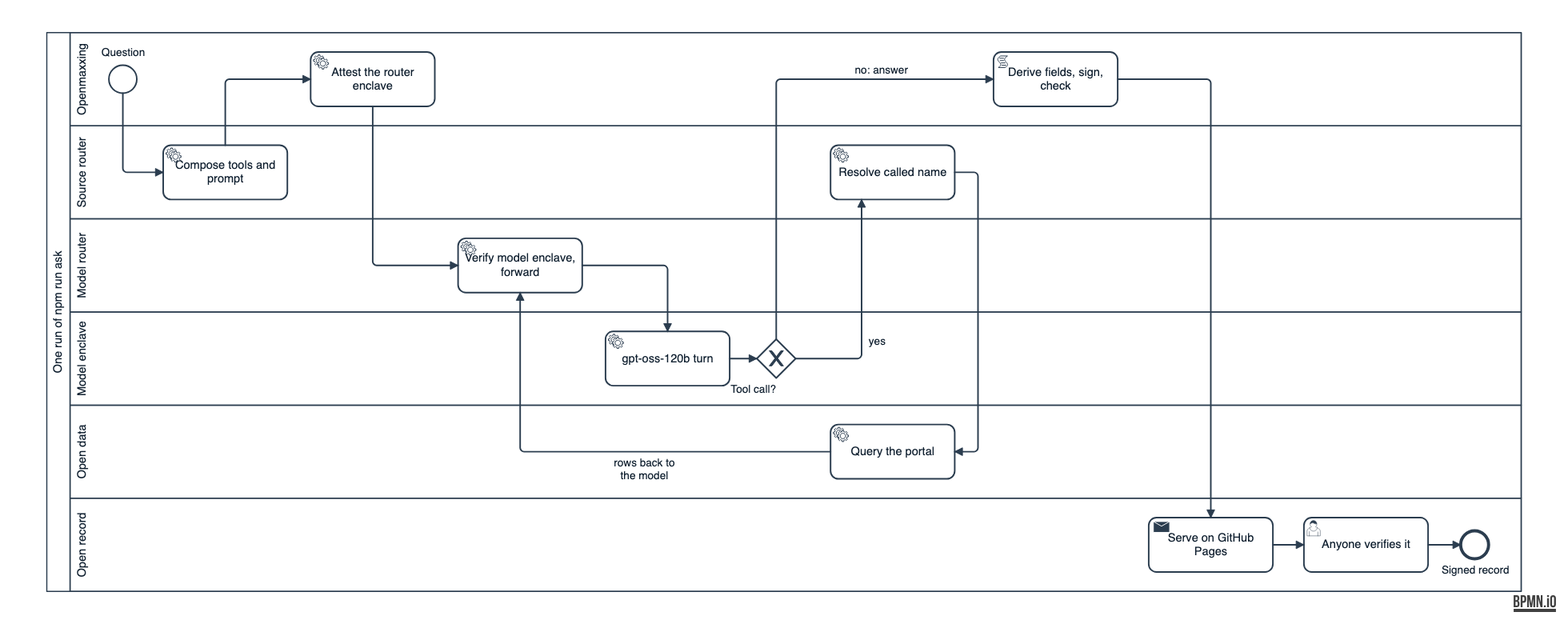
Above: docs/dataflow.png in npstorey/openmaxxing (BPMN), before the change. Its source is kept beside it as docs/dataflow.bpmn. Ids are renumbered. Source of this version:
```xml
<!-- The dataflow of one run of npm run ask, as BPMN 2.0. One pool, one lane per open layer that acts in the run. -->
<bpmn:definitions xmlns:bpmn="http://www.omg.org/spec/BPMN/20100524/MODEL"
                  xmlns:bpmndi="http://www.omg.org/spec/BPMN/20100524/DI"
                  xmlns:dc="http://www.omg.org/spec/DD/20100524/DC"
                  xmlns:di="http://www.omg.org/spec/DD/20100524/DI"
                  id="openmaxxing-dataflow"
                  targetNamespace="https://github.com/npstorey/openmaxxing">
  <bpmn:collaboration id="collaboration">
    <bpmn:participant id="pool" name="One run of npm run ask" processRef="run" />
  </bpmn:collaboration>
  <bpmn:process id="run" isExecutable="false">
    <bpmn:laneSet id="lanes">
      <bpmn:lane id="lane_app" name="Openmaxxing">
        <bpmn:flowNodeRef>start_question</bpmn:flowNodeRef>
        <bpmn:flowNodeRef>task_attest</bpmn:flowNodeRef>
        <bpmn:flowNodeRef>task_record</bpmn:flowNodeRef>
      </bpmn:lane>
      <bpmn:lane id="lane_source_router" name="Source router">
        <bpmn:flowNodeRef>task_compose</bpmn:flowNodeRef>
        <bpmn:flowNodeRef>task_resolve</bpmn:flowNodeRef>
      </bpmn:lane>
      <bpmn:lane id="lane_model_router" name="Model router">
        <bpmn:flowNodeRef>task_forward</bpmn:flowNodeRef>
      </bpmn:lane>
      <bpmn:lane id="lane_model" name="Model enclave">
        <bpmn:flowNodeRef>task_model</bpmn:flowNodeRef>
        <bpmn:flowNodeRef>gw_tool</bpmn:flowNodeRef>
      </bpmn:lane>
      <bpmn:lane id="lane_data" name="Open data">
        <bpmn:flowNodeRef>task_query</bpmn:flowNodeRef>
      </bpmn:lane>
      <bpmn:lane id="lane_record" name="Open record">
        <bpmn:flowNodeRef>task_publish</bpmn:flowNodeRef>
        <bpmn:flowNodeRef>task_verify</bpmn:flowNodeRef>
        <bpmn:flowNodeRef>end_record</bpmn:flowNodeRef>
      </bpmn:lane>
    </bpmn:laneSet>
    <bpmn:startEvent id="start_question" name="Question">
      <bpmn:outgoing>f1</bpmn:outgoing>
    </bpmn:startEvent>
    <bpmn:serviceTask id="task_compose" name="Compose tools and prompt">
      <bpmn:incoming>f1</bpmn:incoming>
      <bpmn:outgoing>f2</bpmn:outgoing>
    </bpmn:serviceTask>
    <bpmn:serviceTask id="task_attest" name="Attest the router enclave">
      <bpmn:incoming>f2</bpmn:incoming>
      <bpmn:outgoing>f3</bpmn:outgoing>
    </bpmn:serviceTask>
    <bpmn:serviceTask id="task_forward" name="Verify model enclave, forward">
      <bpmn:incoming>f3</bpmn:incoming>
      <bpmn:incoming>f8</bpmn:incoming>
      <bpmn:outgoing>f4</bpmn:outgoing>
    </bpmn:serviceTask>
    <bpmn:serviceTask id="task_model" name="gpt-oss-120b turn">
      <bpmn:incoming>f4</bpmn:incoming>
      <bpmn:outgoing>f5</bpmn:outgoing>
    </bpmn:serviceTask>
    <bpmn:exclusiveGateway id="gw_tool" name="Tool call?">
      <bpmn:incoming>f5</bpmn:incoming>
      <bpmn:outgoing>f6</bpmn:outgoing>
      <bpmn:outgoing>f9</bpmn:outgoing>
    </bpmn:exclusiveGateway>
    <bpmn:serviceTask id="task_resolve" name="Resolve called name">
      <bpmn:incoming>f6</bpmn:incoming>
      <bpmn:outgoing>f7</bpmn:outgoing>
    </bpmn:serviceTask>
    <bpmn:serviceTask id="task_query" name="Query the portal">
      <bpmn:incoming>f7</bpmn:incoming>
      <bpmn:outgoing>f8</bpmn:outgoing>
    </bpmn:serviceTask>
    <bpmn:scriptTask id="task_record" name="Derive fields, sign, check">
      <bpmn:incoming>f9</bpmn:incoming>
      <bpmn:outgoing>f10</bpmn:outgoing>
    </bpmn:scriptTask>
    <bpmn:sendTask id="task_publish" name="Serve on GitHub Pages">
      <bpmn:incoming>f10</bpmn:incoming>
      <bpmn:outgoing>f11</bpmn:outgoing>
    </bpmn:sendTask>
    <bpmn:userTask id="task_verify" name="Anyone verifies it">
      <bpmn:incoming>f11</bpmn:incoming>
      <bpmn:outgoing>f12</bpmn:outgoing>
    </bpmn:userTask>
    <bpmn:endEvent id="end_record" name="Signed record">
      <bpmn:incoming>f12</bpmn:incoming>
    </bpmn:endEvent>
    <bpmn:sequenceFlow id="f1" sourceRef="start_question" targetRef="task_compose" />
    <bpmn:sequenceFlow id="f2" sourceRef="task_compose" targetRef="task_attest" />
    <bpmn:sequenceFlow id="f3" sourceRef="task_attest" targetRef="task_forward" />
    <bpmn:sequenceFlow id="f4" sourceRef="task_forward" targetRef="task_model" />
    <bpmn:sequenceFlow id="f5" sourceRef="task_model" targetRef="gw_tool" />
    <bpmn:sequenceFlow id="f6" name="yes" sourceRef="gw_tool" targetRef="task_resolve" />
    <bpmn:sequenceFlow id="f7" sourceRef="task_resolve" targetRef="task_query" />
    <bpmn:sequenceFlow id="f8" name="rows back to the model" sourceRef="task_query" targetRef="task_forward" />
    <bpmn:sequenceFlow id="f9" name="no: answer" sourceRef="gw_tool" targetRef="task_record" />
    <bpmn:sequenceFlow id="f10" sourceRef="task_record" targetRef="task_publish" />
    <bpmn:sequenceFlow id="f11" sourceRef="task_publish" targetRef="task_verify" />
    <bpmn:sequenceFlow id="f12" sourceRef="task_verify" targetRef="end_record" />
  </bpmn:process>
  <bpmndi:BPMNDiagram id="diagram">
    <bpmndi:BPMNPlane id="plane" bpmnElement="collaboration">
      <bpmndi:BPMNShape id="pool_di" bpmnElement="pool" isHorizontal="true">
        <dc:Bounds x="0" y="0" width="1900" height="720" />
      </bpmndi:BPMNShape>
      <bpmndi:BPMNShape id="lane_app_di" bpmnElement="lane_app" isHorizontal="true">
        <dc:Bounds x="30" y="0" width="1870" height="120" />
      </bpmndi:BPMNShape>
      <bpmndi:BPMNShape id="lane_source_router_di" bpmnElement="lane_source_router" isHorizontal="true">
        <dc:Bounds x="30" y="120" width="1870" height="120" />
      </bpmndi:BPMNShape>
      <bpmndi:BPMNShape id="lane_model_router_di" bpmnElement="lane_model_router" isHorizontal="true">
        <dc:Bounds x="30" y="240" width="1870" height="120" />
      </bpmndi:BPMNShape>
      <bpmndi:BPMNShape id="lane_model_di" bpmnElement="lane_model" isHorizontal="true">
        <dc:Bounds x="30" y="360" width="1870" height="120" />
      </bpmndi:BPMNShape>
      <bpmndi:BPMNShape id="lane_data_di" bpmnElement="lane_data" isHorizontal="true">
        <dc:Bounds x="30" y="480" width="1870" height="120" />
      </bpmndi:BPMNShape>
      <bpmndi:BPMNShape id="lane_record_di" bpmnElement="lane_record" isHorizontal="true">
        <dc:Bounds x="30" y="600" width="1870" height="120" />
      </bpmndi:BPMNShape>
      <bpmndi:BPMNShape id="start_question_di" bpmnElement="start_question">
        <dc:Bounds x="80" y="42" width="36" height="36" />
        <bpmndi:BPMNLabel><dc:Bounds x="70" y="18" width="56" height="14" /></bpmndi:BPMNLabel>
      </bpmndi:BPMNShape>
      <bpmndi:BPMNShape id="task_compose_di" bpmnElement="task_compose">
        <dc:Bounds x="150" y="145" width="160" height="70" />
      </bpmndi:BPMNShape>
      <bpmndi:BPMNShape id="task_attest_di" bpmnElement="task_attest">
        <dc:Bounds x="340" y="25" width="160" height="70" />
      </bpmndi:BPMNShape>
      <bpmndi:BPMNShape id="task_forward_di" bpmnElement="task_forward">
        <dc:Bounds x="530" y="265" width="160" height="70" />
      </bpmndi:BPMNShape>
      <bpmndi:BPMNShape id="task_model_di" bpmnElement="task_model">
        <dc:Bounds x="720" y="385" width="160" height="70" />
      </bpmndi:BPMNShape>
      <bpmndi:BPMNShape id="gw_tool_di" bpmnElement="gw_tool" isMarkerVisible="true">
        <dc:Bounds x="915" y="395" width="50" height="50" />
        <bpmndi:BPMNLabel><dc:Bounds x="880" y="452" width="60" height="14" /></bpmndi:BPMNLabel>
      </bpmndi:BPMNShape>
      <bpmndi:BPMNShape id="task_resolve_di" bpmnElement="task_resolve">
        <dc:Bounds x="1010" y="145" width="160" height="70" />
      </bpmndi:BPMNShape>
      <bpmndi:BPMNShape id="task_query_di" bpmnElement="task_query">
        <dc:Bounds x="1010" y="505" width="160" height="70" />
      </bpmndi:BPMNShape>
      <bpmndi:BPMNShape id="task_record_di" bpmnElement="task_record">
        <dc:Bounds x="1220" y="25" width="160" height="70" />
      </bpmndi:BPMNShape>
      <bpmndi:BPMNShape id="task_publish_di" bpmnElement="task_publish">
        <dc:Bounds x="1420" y="625" width="160" height="70" />
      </bpmndi:BPMNShape>
      <bpmndi:BPMNShape id="task_verify_di" bpmnElement="task_verify">
        <dc:Bounds x="1620" y="625" width="160" height="70" />
      </bpmndi:BPMNShape>
      <bpmndi:BPMNShape id="end_record_di" bpmnElement="end_record">
        <dc:Bounds x="1822" y="642" width="36" height="36" />
        <bpmndi:BPMNLabel><dc:Bounds x="1806" y="685" width="70" height="14" /></bpmndi:BPMNLabel>
      </bpmndi:BPMNShape>
      <bpmndi:BPMNEdge id="f1_di" bpmnElement="f1">
        <di:waypoint x="98" y="78" /><di:waypoint x="98" y="180" /><di:waypoint x="150" y="180" />
      </bpmndi:BPMNEdge>
      <bpmndi:BPMNEdge id="f2_di" bpmnElement="f2">
        <di:waypoint x="230" y="145" /><di:waypoint x="230" y="60" /><di:waypoint x="340" y="60" />
      </bpmndi:BPMNEdge>
      <bpmndi:BPMNEdge id="f3_di" bpmnElement="f3">
        <di:waypoint x="420" y="95" /><di:waypoint x="420" y="300" /><di:waypoint x="530" y="300" />
      </bpmndi:BPMNEdge>
      <bpmndi:BPMNEdge id="f4_di" bpmnElement="f4">
        <di:waypoint x="690" y="300" /><di:waypoint x="800" y="300" /><di:waypoint x="800" y="385" />
      </bpmndi:BPMNEdge>
      <bpmndi:BPMNEdge id="f5_di" bpmnElement="f5">
        <di:waypoint x="880" y="420" /><di:waypoint x="915" y="420" />
      </bpmndi:BPMNEdge>
      <bpmndi:BPMNEdge id="f6_di" bpmnElement="f6">
        <di:waypoint x="965" y="420" /><di:waypoint x="1050" y="420" /><di:waypoint x="1050" y="215" />
        <bpmndi:BPMNLabel><dc:Bounds x="1058" y="390" width="24" height="14" /></bpmndi:BPMNLabel>
      </bpmndi:BPMNEdge>
      <bpmndi:BPMNEdge id="f7_di" bpmnElement="f7">
        <di:waypoint x="1170" y="180" /><di:waypoint x="1200" y="180" /><di:waypoint x="1200" y="540" /><di:waypoint x="1170" y="540" />
      </bpmndi:BPMNEdge>
      <bpmndi:BPMNEdge id="f8_di" bpmnElement="f8">
        <di:waypoint x="1010" y="540" /><di:waypoint x="610" y="540" /><di:waypoint x="610" y="335" />
        <bpmndi:BPMNLabel><dc:Bounds x="700" y="546" width="140" height="14" /></bpmndi:BPMNLabel>
      </bpmndi:BPMNEdge>
      <bpmndi:BPMNEdge id="f9_di" bpmnElement="f9">
        <di:waypoint x="940" y="395" /><di:waypoint x="940" y="60" /><di:waypoint x="1220" y="60" />
        <bpmndi:BPMNLabel><dc:Bounds x="1040" y="40" width="70" height="14" /></bpmndi:BPMNLabel>
      </bpmndi:BPMNEdge>
      <bpmndi:BPMNEdge id="f10_di" bpmnElement="f10">
        <di:waypoint x="1380" y="60" /><di:waypoint x="1500" y="60" /><di:waypoint x="1500" y="625" />
      </bpmndi:BPMNEdge>
      <bpmndi:BPMNEdge id="f11_di" bpmnElement="f11">
        <di:waypoint x="1580" y="660" /><di:waypoint x="1620" y="660" />
      </bpmndi:BPMNEdge>
      <bpmndi:BPMNEdge id="f12_di" bpmnElement="f12">
        <di:waypoint x="1780" y="660" /><di:waypoint x="1822" y="660" />
      </bpmndi:BPMNEdge>
    </bpmndi:BPMNPlane>
  </bpmndi:BPMNDiagram>
</bpmn:definitions>
```
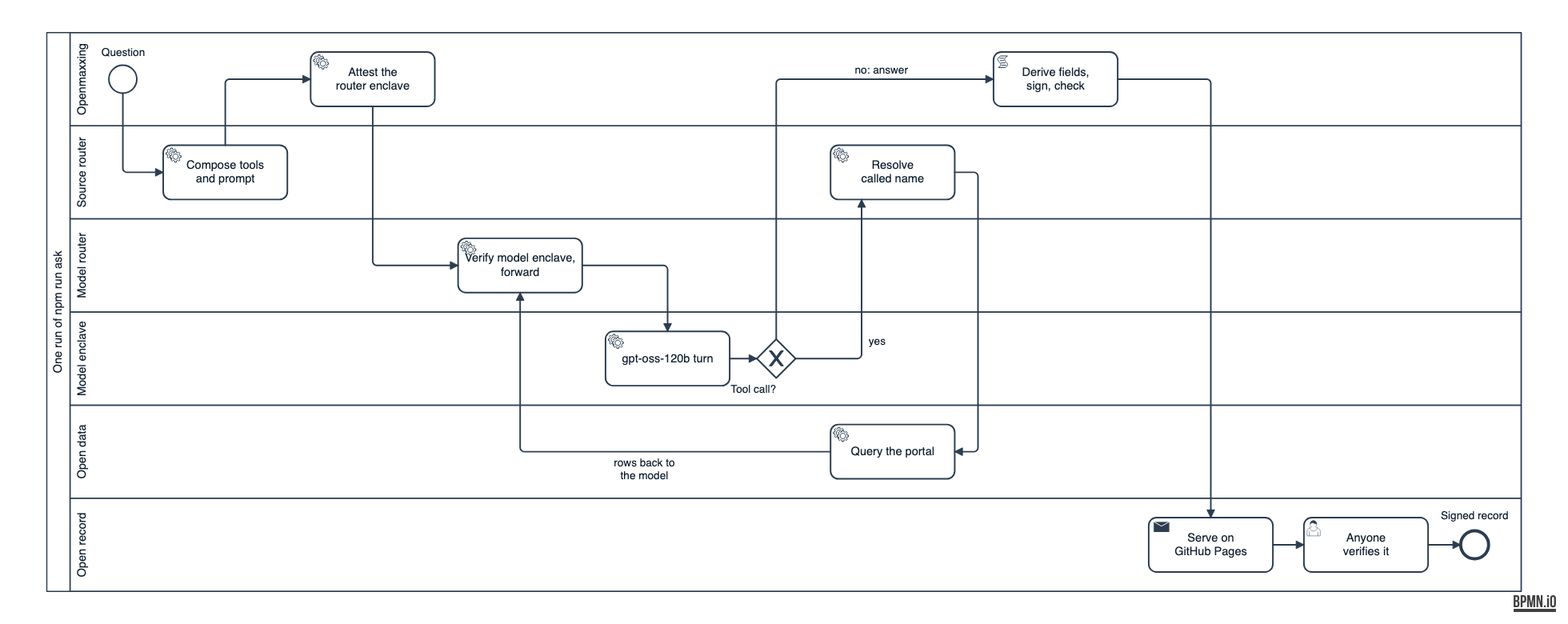
Above is the later version.

Commit message:
Diagram: labels wrap inside their boxes; end label clear of the bpmn.io mark

Diff of the diagram source:
```diff
@@ -38,15 +38,15 @@
     <bpmn:startEvent id="start_question" name="Question">
       <bpmn:outgoing>f1</bpmn:outgoing>
     </bpmn:startEvent>
-    <bpmn:serviceTask id="task_compose" name="Compose tools and prompt">
+    <bpmn:serviceTask id="task_compose" name="Compose tools&#10;and prompt">
       <bpmn:incoming>f1</bpmn:incoming>
       <bpmn:outgoing>f2</bpmn:outgoing>
     </bpmn:serviceTask>
-    <bpmn:serviceTask id="task_attest" name="Attest the router enclave">
+    <bpmn:serviceTask id="task_attest" name="Attest the&#10;router enclave">
       <bpmn:incoming>f2</bpmn:incoming>
       <bpmn:outgoing>f3</bpmn:outgoing>
     </bpmn:serviceTask>
-    <bpmn:serviceTask id="task_forward" name="Verify model enclave, forward">
+    <bpmn:serviceTask id="task_forward" name="Verify model enclave,&#10;forward">
       <bpmn:incoming>f3</bpmn:incoming>
       <bpmn:incoming>f8</bpmn:incoming>
       <bpmn:outgoing>f4</bpmn:outgoing>
@@ -60,7 +60,7 @@
       <bpmn:outgoing>f6</bpmn:outgoing>
       <bpmn:outgoing>f9</bpmn:outgoing>
     </bpmn:exclusiveGateway>
-    <bpmn:serviceTask id="task_resolve" name="Resolve called name">
+    <bpmn:serviceTask id="task_resolve" name="Resolve&#10;called name">
       <bpmn:incoming>f6</bpmn:incoming>
       <bpmn:outgoing>f7</bpmn:outgoing>
     </bpmn:serviceTask>
@@ -68,15 +68,15 @@
       <bpmn:incoming>f7</bpmn:incoming>
       <bpmn:outgoing>f8</bpmn:outgoing>
     </bpmn:serviceTask>
-    <bpmn:scriptTask id="task_record" name="Derive fields, sign, check">
+    <bpmn:scriptTask id="task_record" name="Derive fields,&#10;sign, check">
       <bpmn:incoming>f9</bpmn:incoming>
       <bpmn:outgoing>f10</bpmn:outgoing>
     </bpmn:scriptTask>
-    <bpmn:sendTask id="task_publish" name="Serve on GitHub Pages">
+    <bpmn:sendTask id="task_publish" name="Serve on&#10;GitHub Pages">
       <bpmn:incoming>f10</bpmn:incoming>
       <bpmn:outgoing>f11</bpmn:outgoing>
     </bpmn:sendTask>
-    <bpmn:userTask id="task_verify" name="Anyone verifies it">
+    <bpmn:userTask id="task_verify" name="Anyone&#10;verifies it">
       <bpmn:incoming>f11</bpmn:incoming>
       <bpmn:outgoing>f12</bpmn:outgoing>
     </bpmn:userTask>
@@ -156,7 +156,7 @@
       </bpmndi:BPMNShape>
       <bpmndi:BPMNShape id="end_record_di" bpmnElement="end_record">
         <dc:Bounds x="1822" y="642" width="36" height="36" />
-        <bpmndi:BPMNLabel><dc:Bounds x="1806" y="685" width="70" height="14" /></bpmndi:BPMNLabel>
+        <bpmndi:BPMNLabel><dc:Bounds x="1805" y="614" width="70" height="14" /></bpmndi:BPMNLabel>
       </bpmndi:BPMNShape>
       <bpmndi:BPMNEdge id="f1_di" bpmnElement="f1">
         <di:waypoint x="98" y="78" /><di:waypoint x="98" y="180" /><di:waypoint x="150" y="180" />
```
